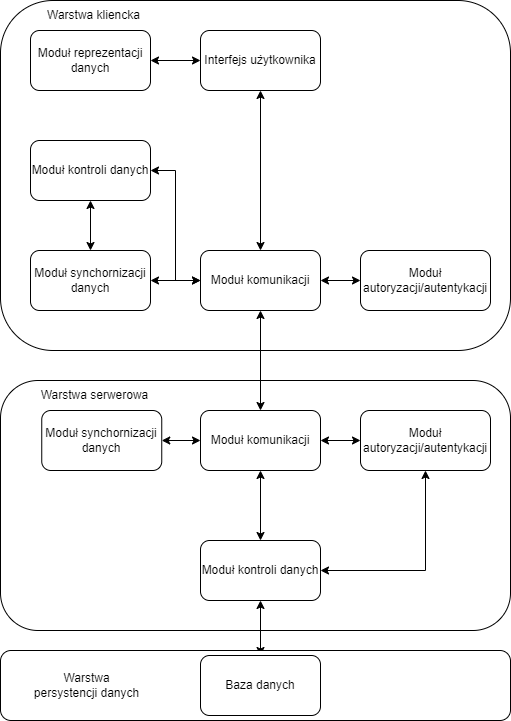
Earlier version of the draw.io export docs/arch.drawio.png (TMarekAgh/remember). Source tidied: cells renumbered, new cells last; positions are measured from the earlier drawing's top-left corner, leaving out a move shared by most shapes. Its diagram source:
```xml
<mxGraphModel>
  <root>
    <mxCell id="0" />
    <mxCell id="1" parent="0" />
    <mxCell id="2" style="rounded=1;whiteSpace=wrap;html=1;" parent="1" vertex="1">
      <mxGeometry y="380" width="510" height="250" as="geometry" />
    </mxCell>
    <mxCell id="3" style="rounded=1;whiteSpace=wrap;html=1;" parent="1" vertex="1">
      <mxGeometry width="510" height="350" as="geometry" />
    </mxCell>
    <mxCell id="4" style="edgeStyle=orthogonalEdgeStyle;rounded=0;jettySize=auto;html=1;exitX=0.5;exitY=1;exitDx=0;exitDy=0;entryX=0.5;entryY=0;entryDx=0;entryDy=0;startArrow=classic;startFill=1;" parent="1" edge="1" source="5" target="11">
      <mxGeometry relative="1" as="geometry" />
    </mxCell>
    <mxCell id="5" value="Interfejs użytkownika" style="rounded=1;whiteSpace=wrap;html=1;" parent="1" vertex="1">
      <mxGeometry x="200" y="30" width="120" height="60" as="geometry" />
    </mxCell>
    <mxCell id="6" style="edgeStyle=orthogonalEdgeStyle;rounded=0;jettySize=auto;html=1;exitX=1;exitY=0.5;exitDx=0;exitDy=0;entryX=0;entryY=0.5;entryDx=0;entryDy=0;startArrow=classic;startFill=1;" parent="1" edge="1" source="7" target="5">
      <mxGeometry relative="1" as="geometry" />
    </mxCell>
    <mxCell id="7" value="Moduł reprezentacji danych" style="rounded=1;whiteSpace=wrap;html=1;" parent="1" vertex="1">
      <mxGeometry x="30" y="30" width="120" height="60" as="geometry" />
    </mxCell>
    <mxCell id="8" style="edgeStyle=orthogonalEdgeStyle;rounded=0;jettySize=auto;html=1;exitX=0;exitY=0.5;exitDx=0;exitDy=0;entryX=1;entryY=0.5;entryDx=0;entryDy=0;startArrow=classic;startFill=1;" parent="1" edge="1" source="11" target="15">
      <mxGeometry relative="1" as="geometry" />
    </mxCell>
    <mxCell id="9" style="edgeStyle=orthogonalEdgeStyle;rounded=0;jettySize=auto;html=1;exitX=1;exitY=0.5;exitDx=0;exitDy=0;entryX=0;entryY=0.5;entryDx=0;entryDy=0;startArrow=classic;startFill=1;" parent="1" edge="1" source="11" target="16">
      <mxGeometry relative="1" as="geometry" />
    </mxCell>
    <mxCell id="10" style="edgeStyle=orthogonalEdgeStyle;rounded=0;jettySize=auto;html=1;exitX=0.5;exitY=1;exitDx=0;exitDy=0;entryX=0.5;entryY=0;entryDx=0;entryDy=0;startArrow=classic;startFill=1;" parent="1" edge="1" source="11" target="21">
      <mxGeometry relative="1" as="geometry" />
    </mxCell>
    <mxCell id="11" value="Moduł komunikacji" style="rounded=1;whiteSpace=wrap;html=1;" parent="1" vertex="1">
      <mxGeometry x="200" y="250" width="120" height="60" as="geometry" />
    </mxCell>
    <mxCell id="12" style="edgeStyle=orthogonalEdgeStyle;rounded=0;jettySize=auto;html=1;exitX=0.5;exitY=1;exitDx=0;exitDy=0;entryX=0.5;entryY=0;entryDx=0;entryDy=0;startArrow=classic;startFill=1;" parent="1" edge="1" source="14" target="15">
      <mxGeometry relative="1" as="geometry" />
    </mxCell>
    <mxCell id="13" style="edgeStyle=orthogonalEdgeStyle;rounded=0;jettySize=auto;html=1;exitX=1;exitY=0.5;exitDx=0;exitDy=0;entryX=0;entryY=0.5;entryDx=0;entryDy=0;startArrow=classic;startFill=1;" parent="1" edge="1" source="14" target="11">
      <mxGeometry relative="1" as="geometry" />
    </mxCell>
    <mxCell id="14" value="Moduł kontroli danych" style="rounded=1;whiteSpace=wrap;html=1;" parent="1" vertex="1">
      <mxGeometry x="30" y="140" width="120" height="60" as="geometry" />
    </mxCell>
    <mxCell id="15" value="Moduł synchornizacji danych" style="rounded=1;whiteSpace=wrap;html=1;" parent="1" vertex="1">
      <mxGeometry x="30" y="250" width="120" height="60" as="geometry" />
    </mxCell>
    <mxCell id="16" value="Moduł autoryzacji/autentykacji" style="rounded=1;whiteSpace=wrap;html=1;" parent="1" vertex="1">
      <mxGeometry x="360" y="250" width="130" height="60" as="geometry" />
    </mxCell>
    <mxCell id="17" value="Warstwa kliencka" style="text;html=1;strokeColor=none;fillColor=none;align=center;verticalAlign=middle;whiteSpace=wrap;rounded=0;" parent="1" vertex="1">
      <mxGeometry x="41.2" width="105" height="30" as="geometry" />
    </mxCell>
    <mxCell id="18" style="edgeStyle=orthogonalEdgeStyle;rounded=0;jettySize=auto;html=1;exitX=0;exitY=0.5;exitDx=0;exitDy=0;entryX=1;entryY=0.5;entryDx=0;entryDy=0;startArrow=classic;startFill=1;" parent="1" edge="1" source="21" target="23">
      <mxGeometry relative="1" as="geometry" />
    </mxCell>
    <mxCell id="19" style="edgeStyle=orthogonalEdgeStyle;rounded=0;jettySize=auto;html=1;exitX=0.5;exitY=1;exitDx=0;exitDy=0;entryX=0.5;entryY=0;entryDx=0;entryDy=0;startArrow=classic;startFill=1;" parent="1" edge="1" source="21" target="26">
      <mxGeometry relative="1" as="geometry" />
    </mxCell>
    <mxCell id="20" style="edgeStyle=orthogonalEdgeStyle;rounded=0;jettySize=auto;html=1;exitX=1;exitY=0.5;exitDx=0;exitDy=0;entryX=0;entryY=0.5;entryDx=0;entryDy=0;startArrow=classic;startFill=1;" parent="1" edge="1" source="21" target="27">
      <mxGeometry relative="1" as="geometry" />
    </mxCell>
    <mxCell id="21" value="Moduł komunikacji" style="rounded=1;whiteSpace=wrap;html=1;" parent="1" vertex="1">
      <mxGeometry x="200" y="410" width="120" height="60" as="geometry" />
    </mxCell>
    <mxCell id="22" value="Warstwa serwerowa" style="text;html=1;strokeColor=none;fillColor=none;align=center;verticalAlign=middle;whiteSpace=wrap;rounded=0;" parent="1" vertex="1">
      <mxGeometry x="37.5" y="380" width="112.5" height="30" as="geometry" />
    </mxCell>
    <mxCell id="23" value="Moduł synchornizacji danych" style="rounded=1;whiteSpace=wrap;html=1;" parent="1" vertex="1">
      <mxGeometry x="41.2" y="410" width="120" height="60" as="geometry" />
    </mxCell>
    <mxCell id="24" style="edgeStyle=orthogonalEdgeStyle;rounded=0;jettySize=auto;html=1;exitX=1;exitY=0.5;exitDx=0;exitDy=0;entryX=0.5;entryY=1;entryDx=0;entryDy=0;startArrow=classic;startFill=1;" parent="1" edge="1" source="26" target="27">
      <mxGeometry relative="1" as="geometry" />
    </mxCell>
    <mxCell id="25" style="edgeStyle=orthogonalEdgeStyle;rounded=0;jettySize=auto;html=1;exitX=0.5;exitY=1;exitDx=0;exitDy=0;entryX=0.5;entryY=0;entryDx=0;entryDy=0;startArrow=classic;startFill=1;" parent="1" edge="1" source="26" target="30">
      <mxGeometry relative="1" as="geometry" />
    </mxCell>
    <mxCell id="26" value="Moduł kontroli danych" style="rounded=1;whiteSpace=wrap;html=1;" parent="1" vertex="1">
      <mxGeometry x="200" y="540" width="120" height="60" as="geometry" />
    </mxCell>
    <mxCell id="27" value="Moduł autoryzacji/autentykacji" style="rounded=1;whiteSpace=wrap;html=1;" parent="1" vertex="1">
      <mxGeometry x="360" y="410" width="130" height="60" as="geometry" />
    </mxCell>
    <mxCell id="28" style="rounded=1;whiteSpace=wrap;html=1;" parent="1" vertex="1">
      <mxGeometry y="650" width="510" height="70" as="geometry" />
    </mxCell>
    <mxCell id="29" value="Warstwa persystencji danych" style="text;html=1;strokeColor=none;fillColor=none;align=center;verticalAlign=middle;whiteSpace=wrap;rounded=0;" parent="1" vertex="1">
      <mxGeometry x="30" y="670" width="112.5" height="30" as="geometry" />
    </mxCell>
    <mxCell id="30" value="Baza danych" style="rounded=1;whiteSpace=wrap;html=1;" parent="1" vertex="1">
      <mxGeometry x="200" y="655" width="120" height="60" as="geometry" />
    </mxCell>
  </root>
</mxGraphModel>
```
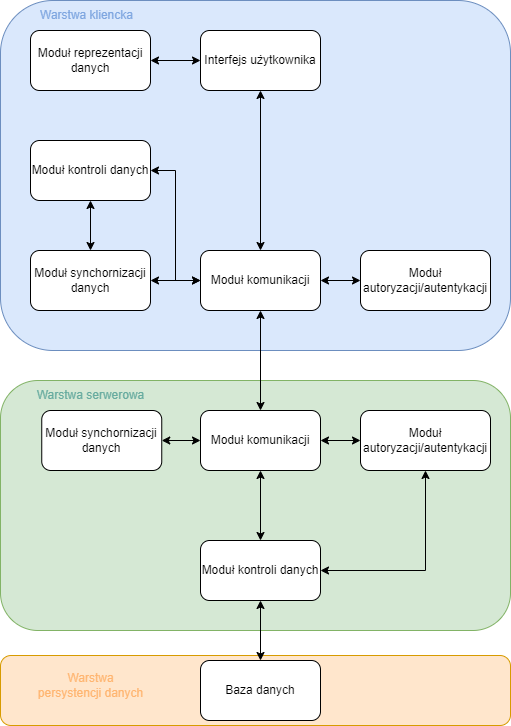
Later version of the same file.

What changed in the source:
```diff
@@ -2,10 +2,10 @@
   <root>
     <mxCell id="0" />
     <mxCell id="1" parent="0" />
-    <mxCell id="2" style="rounded=1;whiteSpace=wrap;html=1;" parent="1" vertex="1">
+    <mxCell id="2" style="rounded=1;whiteSpace=wrap;html=1;fillColor=#d5e8d4;strokeColor=#82b366;" parent="1" vertex="1">
       <mxGeometry y="380" width="510" height="250" as="geometry" />
     </mxCell>
-    <mxCell id="3" style="rounded=1;whiteSpace=wrap;html=1;" parent="1" vertex="1">
+    <mxCell id="3" style="rounded=1;whiteSpace=wrap;html=1;fillColor=#dae8fc;strokeColor=#6c8ebf;" parent="1" vertex="1">
       <mxGeometry width="510" height="350" as="geometry" />
     </mxCell>
     <mxCell id="4" style="edgeStyle=orthogonalEdgeStyle;rounded=0;jettySize=auto;html=1;exitX=0.5;exitY=1;exitDx=0;exitDy=0;entryX=0.5;entryY=0;entryDx=0;entryDy=0;startArrow=classic;startFill=1;" parent="1" edge="1" source="5" target="11">
@@ -47,8 +47,8 @@
     <mxCell id="16" value="Moduł autoryzacji/autentykacji" style="rounded=1;whiteSpace=wrap;html=1;" parent="1" vertex="1">
       <mxGeometry x="360" y="250" width="130" height="60" as="geometry" />
     </mxCell>
-    <mxCell id="17" value="Warstwa kliencka" style="text;html=1;strokeColor=none;fillColor=none;align=center;verticalAlign=middle;whiteSpace=wrap;rounded=0;" parent="1" vertex="1">
-      <mxGeometry x="41.2" width="105" height="30" as="geometry" />
+    <mxCell id="17" value="Warstwa kliencka" style="text;html=1;strokeColor=none;fillColor=none;align=center;verticalAlign=middle;whiteSpace=wrap;rounded=0;fontColor=#7EA6E0;" parent="1" vertex="1">
+      <mxGeometry x="33.8" width="105" height="30" as="geometry" />
     </mxCell>
     <mxCell id="18" style="edgeStyle=orthogonalEdgeStyle;rounded=0;jettySize=auto;html=1;exitX=0;exitY=0.5;exitDx=0;exitDy=0;entryX=1;entryY=0.5;entryDx=0;entryDy=0;startArrow=classic;startFill=1;" parent="1" edge="1" source="21" target="23">
       <mxGeometry relative="1" as="geometry" />
@@ -62,8 +62,8 @@
     <mxCell id="21" value="Moduł komunikacji" style="rounded=1;whiteSpace=wrap;html=1;" parent="1" vertex="1">
       <mxGeometry x="200" y="410" width="120" height="60" as="geometry" />
     </mxCell>
-    <mxCell id="22" value="Warstwa serwerowa" style="text;html=1;strokeColor=none;fillColor=none;align=center;verticalAlign=middle;whiteSpace=wrap;rounded=0;" parent="1" vertex="1">
-      <mxGeometry x="37.5" y="380" width="112.5" height="30" as="geometry" />
+    <mxCell id="22" value="Warstwa serwerowa" style="text;html=1;strokeColor=none;fillColor=none;align=center;verticalAlign=middle;whiteSpace=wrap;rounded=0;fontColor=#67AB9F;" parent="1" vertex="1">
+      <mxGeometry x="33.8" y="380" width="112.5" height="30" as="geometry" />
     </mxCell>
     <mxCell id="23" value="Moduł synchornizacji danych" style="rounded=1;whiteSpace=wrap;html=1;" parent="1" vertex="1">
       <mxGeometry x="41.2" y="410" width="120" height="60" as="geometry" />
@@ -71,23 +71,23 @@
     <mxCell id="24" style="edgeStyle=orthogonalEdgeStyle;rounded=0;jettySize=auto;html=1;exitX=1;exitY=0.5;exitDx=0;exitDy=0;entryX=0.5;entryY=1;entryDx=0;entryDy=0;startArrow=classic;startFill=1;" parent="1" edge="1" source="26" target="27">
       <mxGeometry relative="1" as="geometry" />
     </mxCell>
-    <mxCell id="25" style="edgeStyle=orthogonalEdgeStyle;rounded=0;jettySize=auto;html=1;exitX=0.5;exitY=1;exitDx=0;exitDy=0;entryX=0.5;entryY=0;entryDx=0;entryDy=0;startArrow=classic;startFill=1;" parent="1" edge="1" source="26" target="30">
-      <mxGeometry relative="1" as="geometry" />
-    </mxCell>
     <mxCell id="26" value="Moduł kontroli danych" style="rounded=1;whiteSpace=wrap;html=1;" parent="1" vertex="1">
       <mxGeometry x="200" y="540" width="120" height="60" as="geometry" />
     </mxCell>
     <mxCell id="27" value="Moduł autoryzacji/autentykacji" style="rounded=1;whiteSpace=wrap;html=1;" parent="1" vertex="1">
       <mxGeometry x="360" y="410" width="130" height="60" as="geometry" />
     </mxCell>
-    <mxCell id="28" style="rounded=1;whiteSpace=wrap;html=1;" parent="1" vertex="1">
-      <mxGeometry y="650" width="510" height="70" as="geometry" />
+    <mxCell id="28" style="rounded=1;whiteSpace=wrap;html=1;fillColor=#ffe6cc;strokeColor=#d79b00;" parent="1" vertex="1">
+      <mxGeometry y="655" width="510" height="70" as="geometry" />
     </mxCell>
-    <mxCell id="29" value="Warstwa persystencji danych" style="text;html=1;strokeColor=none;fillColor=none;align=center;verticalAlign=middle;whiteSpace=wrap;rounded=0;" parent="1" vertex="1">
-      <mxGeometry x="30" y="670" width="112.5" height="30" as="geometry" />
+    <mxCell id="29" value="Warstwa persystencji danych" style="text;html=1;strokeColor=none;fillColor=none;align=center;verticalAlign=middle;whiteSpace=wrap;rounded=0;fontColor=#FFB570;" parent="1" vertex="1">
+      <mxGeometry x="33.8" y="670" width="112.5" height="30" as="geometry" />
     </mxCell>
     <mxCell id="30" value="Baza danych" style="rounded=1;whiteSpace=wrap;html=1;" parent="1" vertex="1">
-      <mxGeometry x="200" y="655" width="120" height="60" as="geometry" />
+      <mxGeometry x="200" y="660" width="120" height="60" as="geometry" />
     </mxCell>
+    <mxCell id="25" style="edgeStyle=orthogonalEdgeStyle;rounded=0;jettySize=auto;html=1;exitX=0.5;exitY=1;exitDx=0;exitDy=0;entryX=0.5;entryY=0;entryDx=0;entryDy=0;startArrow=classic;startFill=1;" parent="1" edge="1" source="26" target="30">
+      <mxGeometry relative="1" as="geometry" />
+    </mxCell>
   </root>
 </mxGraphModel>
```
